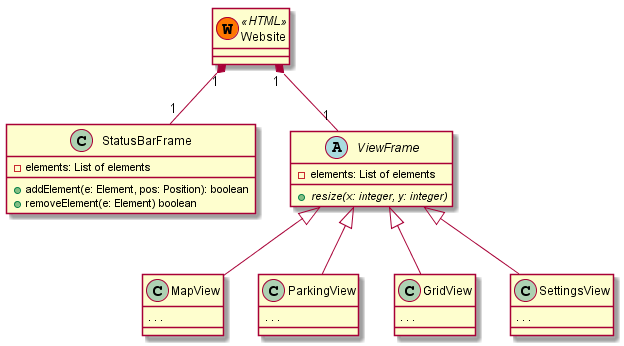
Earlier version of the PlantUML export Entwurf/diagrams/website.png (uzdry/PSE).
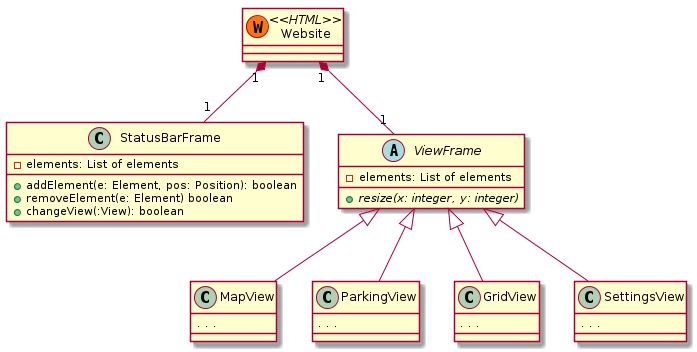
The same diagram one commit later.

The edit, as a diff of the source:
```diff
@@ -7,6 +7,7 @@
 	-elements: List of elements
 	+addElement(e: Element, pos: Position): boolean
 	+removeElement(e: Element) boolean
+	+changeView(:View): boolean
 }
 
 abstract class ViewFrame {
```
